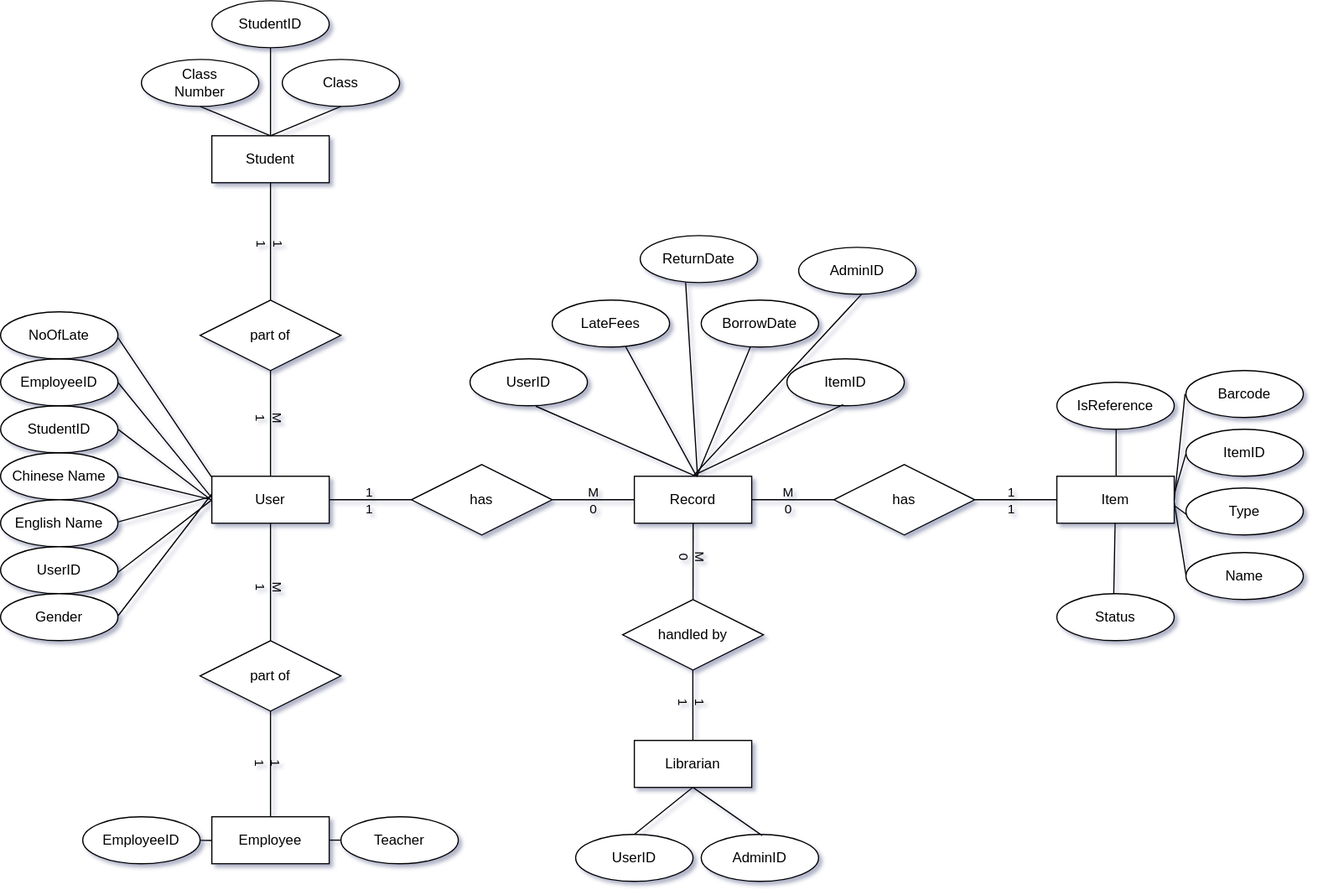
Before: SBAdiagram.drawio.svg, a diagram exported from draw.io (bekfstman/LibrarySystem). Source tidied: cells renumbered, new cells last; positions are measured from the earlier drawing's top-left corner, leaving out a move shared by most shapes.
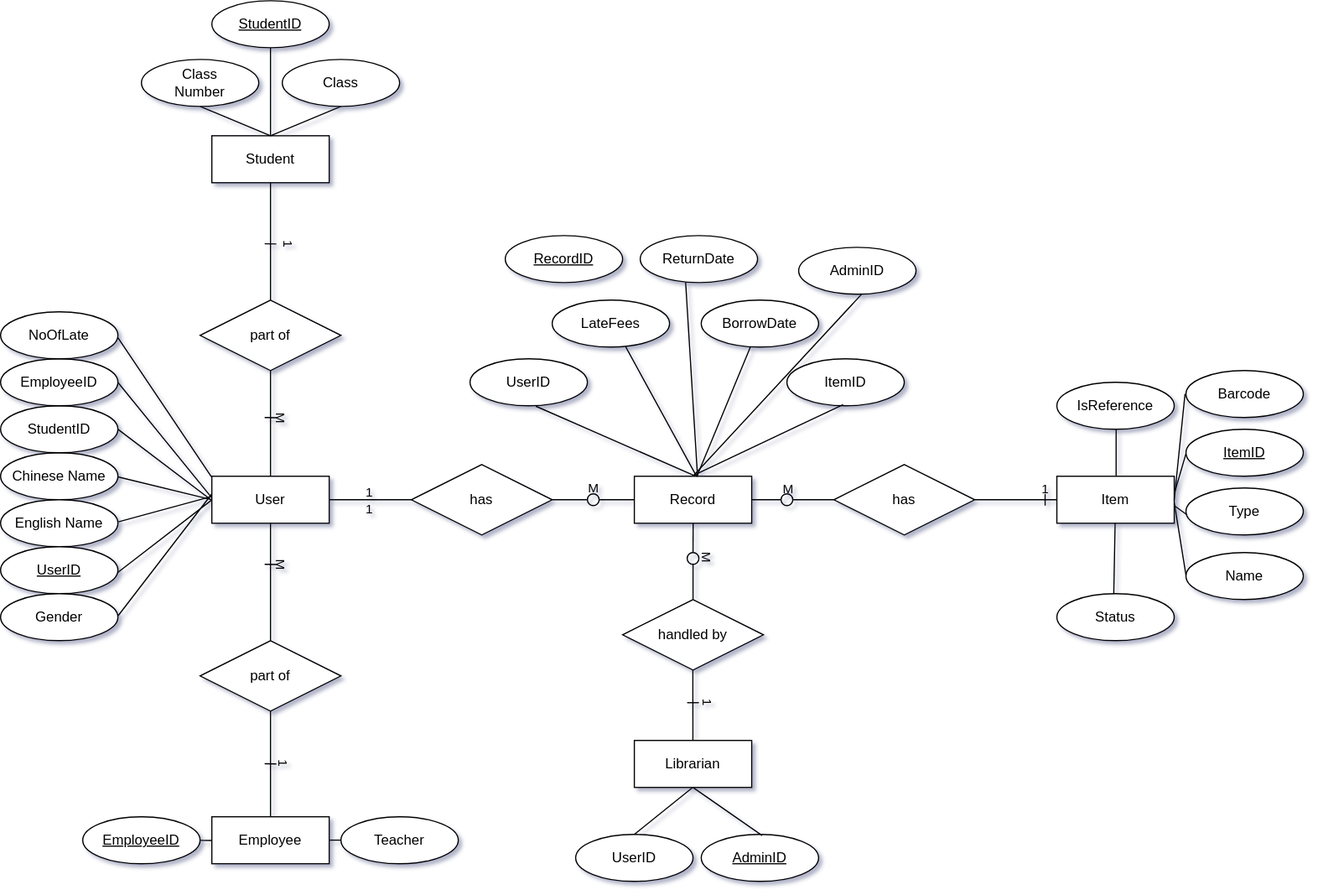
The same diagram one commit later.

The edit, as a diff of the source:
```diff
@@ -2,8 +2,8 @@
   <root>
     <mxCell id="0" />
     <mxCell id="1" parent="0" />
-    <mxCell id="2" value="1&lt;div&gt;1&lt;/div&gt;" style="edgeLabel;html=1;align=center;verticalAlign=middle;rotation=90;labelBackgroundColor=none;" parent="1" vertex="1">
-      <mxGeometry x="240" y="510" as="geometry">
+    <mxCell id="2" value="1" style="edgeLabel;html=1;align=center;verticalAlign=middle;rotation=90;labelBackgroundColor=none;" parent="1" vertex="1">
+      <mxGeometry x="253" y="510" as="geometry">
         <mxPoint x="139" y="11" as="offset" />
       </mxGeometry>
     </mxCell>
@@ -34,9 +34,9 @@
     <mxCell id="11" style="endArrow=none;html=1;rounded=0;exitX=0.5;exitY=1;exitDx=0;exitDy=0;entryX=0.5;entryY=0;entryDx=0;entryDy=0;" parent="1" edge="1" source="10" target="4">
       <mxGeometry relative="1" as="geometry" />
     </mxCell>
-    <mxCell id="12" value="M&lt;div&gt;1&lt;/div&gt;" style="edgeLabel;html=1;align=center;verticalAlign=middle;rotation=90;labelBackgroundColor=none;" parent="11" vertex="1">
+    <mxCell id="12" value="M" style="edgeLabel;html=1;align=center;verticalAlign=middle;rotation=90;labelBackgroundColor=none;" parent="11" vertex="1">
       <mxGeometry x="-0.12" y="1" relative="1" as="geometry">
-        <mxPoint x="-1" as="offset" />
+        <mxPoint x="9" as="offset" />
       </mxGeometry>
     </mxCell>
     <mxCell id="13" style="endArrow=none;html=1;rounded=0;exitX=0.5;exitY=1;exitDx=0;exitDy=0;" parent="1" edge="1" target="15">
@@ -44,11 +44,6 @@
         <mxPoint x="230" y="445" as="sourcePoint" />
       </mxGeometry>
     </mxCell>
-    <mxCell id="14" value="M&lt;div&gt;1&lt;/div&gt;" style="edgeLabel;html=1;align=center;verticalAlign=middle;rotation=90;labelBackgroundColor=none;" parent="13" vertex="1">
-      <mxGeometry x="0.08" y="-2" relative="1" as="geometry">
-        <mxPoint x="2" as="offset" />
-      </mxGeometry>
-    </mxCell>
     <mxCell id="15" value="part of" style="shape=rhombus;perimeter=rhombusPerimeter;whiteSpace=wrap;html=1;align=center;rotation=0;" parent="1" vertex="1">
       <mxGeometry x="170" y="545" width="120" height="60" as="geometry" />
     </mxCell>
@@ -60,9 +55,9 @@
     <mxCell id="17" style="endArrow=none;html=1;rounded=0;exitX=0.5;exitY=1;exitDx=0;exitDy=0;" parent="1" edge="1" source="3" target="10">
       <mxGeometry relative="1" as="geometry" />
     </mxCell>
-    <mxCell id="18" value="1&lt;div&gt;1&lt;/div&gt;" style="edgeLabel;html=1;align=center;verticalAlign=middle;rotation=90;labelBackgroundColor=none;" parent="17" vertex="1">
+    <mxCell id="18" value="1" style="edgeLabel;html=1;align=center;verticalAlign=middle;rotation=90;labelBackgroundColor=none;" parent="17" vertex="1">
       <mxGeometry x="0.03" y="2" relative="1" as="geometry">
-        <mxPoint x="-2" as="offset" />
+        <mxPoint x="14" as="offset" />
       </mxGeometry>
     </mxCell>
     <mxCell id="19" style="endArrow=none;html=1;rounded=0;exitX=1;exitY=0.5;exitDx=0;exitDy=0;entryX=0;entryY=0.5;entryDx=0;entryDy=0;" parent="1" edge="1" source="4" target="8">
@@ -73,25 +68,22 @@
         <mxPoint y="1" as="offset" />
       </mxGeometry>
     </mxCell>
-    <mxCell id="21" style="endArrow=none;html=1;rounded=0;entryX=0;entryY=0.5;entryDx=0;entryDy=0;exitX=1;exitY=0.5;exitDx=0;exitDy=0;" parent="1" edge="1" source="8" target="6">
+    <mxCell id="21" style="endArrow=none;html=1;rounded=0;entryX=0;entryY=0.5;entryDx=0;entryDy=0;exitX=1;exitY=0.5;exitDx=0;exitDy=0;" parent="1" edge="1" source="99" target="6">
       <mxGeometry relative="1" as="geometry" />
     </mxCell>
-    <mxCell id="22" value="M&lt;div&gt;0&lt;/div&gt;" style="edgeLabel;html=1;align=center;verticalAlign=middle;labelBackgroundColor=none;" parent="21" vertex="1">
-      <mxGeometry x="-0.03" y="1" relative="1" as="geometry">
-        <mxPoint y="1" as="offset" />
-      </mxGeometry>
-    </mxCell>
-    <mxCell id="23" style="endArrow=none;html=1;rounded=0;entryX=0;entryY=0.5;entryDx=0;entryDy=0;exitX=1;exitY=0.5;exitDx=0;exitDy=0;" parent="1" edge="1" source="6" target="9">
+    <mxCell id="23" style="endArrow=none;html=1;rounded=0;entryX=0;entryY=0.5;entryDx=0;entryDy=0;exitX=1;exitY=0.5;exitDx=0;exitDy=0;" parent="1" edge="1" source="95" target="9">
       <mxGeometry relative="1" as="geometry" />
     </mxCell>
     <mxCell id="24" style="endArrow=none;html=1;rounded=0;entryX=0;entryY=0.5;entryDx=0;entryDy=0;exitX=1;exitY=0.5;exitDx=0;exitDy=0;" parent="1" edge="1" source="9" target="7">
       <mxGeometry relative="1" as="geometry" />
     </mxCell>
-    <mxCell id="25" value="M&lt;div&gt;0&lt;/div&gt;" style="edgeLabel;html=1;align=center;verticalAlign=middle;labelBackgroundColor=none;" parent="1" vertex="1">
-      <mxGeometry x="670" y="425" as="geometry" />
+    <mxCell id="25" value="M" style="edgeLabel;html=1;align=center;verticalAlign=middle;labelBackgroundColor=none;" parent="1" vertex="1">
+      <mxGeometry x="670" y="415" as="geometry" />
     </mxCell>
-    <mxCell id="26" value="1&lt;div&gt;1&lt;/div&gt;" style="edgeLabel;html=1;align=center;verticalAlign=middle;labelBackgroundColor=none;" parent="1" vertex="1">
-      <mxGeometry x="860" y="425" as="geometry" />
+    <mxCell id="26" value="1" style="edgeLabel;html=1;align=center;verticalAlign=middle;labelBackgroundColor=none;" parent="1" vertex="1">
+      <mxGeometry x="887" y="415" as="geometry">
+        <mxPoint x="2" as="offset" />
+      </mxGeometry>
     </mxCell>
     <mxCell id="27" value="Class" style="ellipse;whiteSpace=wrap;html=1;align=center;" parent="1" vertex="1">
       <mxGeometry x="240" y="50" width="100" height="40" as="geometry" />
@@ -111,22 +103,17 @@
     <mxCell id="32" value="handled by" style="shape=rhombus;perimeter=rhombusPerimeter;whiteSpace=wrap;html=1;align=center;" parent="1" vertex="1">
       <mxGeometry x="530" y="510" width="120" height="60" as="geometry" />
     </mxCell>
-    <mxCell id="33" style="endArrow=none;html=1;rounded=0;exitX=0.501;exitY=1.004;exitDx=0;exitDy=0;exitPerimeter=0;" parent="1" edge="1" source="6" target="32">
+    <mxCell id="33" style="endArrow=none;html=1;rounded=0;exitX=0.501;exitY=1.004;exitDx=0;exitDy=0;exitPerimeter=0;" parent="1" edge="1" source="88" target="32">
       <mxGeometry relative="1" as="geometry" />
     </mxCell>
-    <mxCell id="34" value="M&lt;div&gt;0&lt;/div&gt;" style="edgeLabel;html=1;align=center;verticalAlign=middle;rotation=90;labelBackgroundColor=none;" parent="33" vertex="1">
-      <mxGeometry x="-0.12" y="1" relative="1" as="geometry">
-        <mxPoint x="-1" as="offset" />
-      </mxGeometry>
-    </mxCell>
     <mxCell id="35" style="endArrow=none;html=1;rounded=0;exitX=0.501;exitY=1.004;exitDx=0;exitDy=0;exitPerimeter=0;entryX=0.499;entryY=0.002;entryDx=0;entryDy=0;entryPerimeter=0;" parent="1" edge="1" target="31">
       <mxGeometry relative="1" as="geometry">
         <mxPoint x="589.8" y="570" as="sourcePoint" />
       </mxGeometry>
     </mxCell>
-    <mxCell id="36" value="1&lt;div&gt;1&lt;/div&gt;" style="edgeLabel;html=1;align=center;verticalAlign=middle;rotation=90;labelBackgroundColor=none;" parent="35" vertex="1">
+    <mxCell id="36" value="1" style="edgeLabel;html=1;align=center;verticalAlign=middle;rotation=90;labelBackgroundColor=none;" parent="35" vertex="1">
       <mxGeometry x="-0.12" y="1" relative="1" as="geometry">
-        <mxPoint x="-1" as="offset" />
+        <mxPoint x="13" as="offset" />
       </mxGeometry>
     </mxCell>
     <mxCell id="37" value="Chinese Name" style="ellipse;whiteSpace=wrap;html=1;align=center;" parent="1" vertex="1">
@@ -135,7 +122,7 @@
     <mxCell id="38" value="English Name" style="ellipse;whiteSpace=wrap;html=1;align=center;" parent="1" vertex="1">
       <mxGeometry y="425" width="100" height="40" as="geometry" />
     </mxCell>
-    <mxCell id="39" value="UserID" style="ellipse;whiteSpace=wrap;html=1;align=center;" parent="1" vertex="1">
+    <mxCell id="39" value="&lt;u&gt;UserID&lt;/u&gt;" style="ellipse;whiteSpace=wrap;html=1;align=center;" parent="1" vertex="1">
       <mxGeometry y="465" width="100" height="40" as="geometry" />
     </mxCell>
     <mxCell id="40" value="Gender" style="ellipse;whiteSpace=wrap;html=1;align=center;" parent="1" vertex="1">
@@ -147,7 +134,7 @@
     <mxCell id="42" value="EmployeeID" style="ellipse;whiteSpace=wrap;html=1;align=center;" parent="1" vertex="1">
       <mxGeometry y="305" width="100" height="40" as="geometry" />
     </mxCell>
-    <mxCell id="43" value="StudentID" style="ellipse;whiteSpace=wrap;html=1;align=center;" parent="1" vertex="1">
+    <mxCell id="43" value="&lt;u&gt;StudentID&lt;/u&gt;" style="ellipse;whiteSpace=wrap;html=1;align=center;" parent="1" vertex="1">
       <mxGeometry x="180" width="100" height="40" as="geometry" />
     </mxCell>
     <mxCell id="44" style="endArrow=none;html=1;rounded=0;exitX=0.5;exitY=1.001;exitDx=0;exitDy=0;exitPerimeter=0;" parent="1" edge="1" source="43">
@@ -163,7 +150,7 @@
         <mxPoint x="589.7" y="670" as="sourcePoint" />
       </mxGeometry>
     </mxCell>
-    <mxCell id="47" value="AdminID" style="ellipse;whiteSpace=wrap;html=1;align=center;" parent="1" vertex="1">
+    <mxCell id="47" value="&lt;u&gt;AdminID&lt;/u&gt;" style="ellipse;whiteSpace=wrap;html=1;align=center;" parent="1" vertex="1">
       <mxGeometry x="597" y="710" width="100" height="40" as="geometry" />
     </mxCell>
     <mxCell id="48" style="endArrow=none;html=1;rounded=0;exitX=0.498;exitY=0.999;exitDx=0;exitDy=0;exitPerimeter=0;entryX=0.519;entryY=0.025;entryDx=0;entryDy=0;entryPerimeter=0;" parent="1" edge="1" source="31" target="47">
@@ -172,7 +159,7 @@
     <mxCell id="49" value="Teacher" style="ellipse;whiteSpace=wrap;html=1;align=center;" parent="1" vertex="1">
       <mxGeometry x="290" y="695" width="100" height="40" as="geometry" />
     </mxCell>
-    <mxCell id="50" value="EmployeeID" style="ellipse;whiteSpace=wrap;html=1;align=center;" parent="1" vertex="1">
+    <mxCell id="50" value="&lt;u&gt;EmployeeID&lt;/u&gt;" style="ellipse;whiteSpace=wrap;html=1;align=center;" parent="1" vertex="1">
       <mxGeometry x="70" y="695" width="100" height="40" as="geometry" />
     </mxCell>
     <mxCell id="51" value="Type" style="ellipse;whiteSpace=wrap;html=1;align=center;" parent="1" vertex="1">
@@ -181,7 +168,7 @@
     <mxCell id="52" value="Name" style="ellipse;whiteSpace=wrap;html=1;align=center;" parent="1" vertex="1">
       <mxGeometry x="1010" y="470" width="100" height="40" as="geometry" />
     </mxCell>
-    <mxCell id="53" value="ItemID" style="ellipse;whiteSpace=wrap;html=1;align=center;" parent="1" vertex="1">
+    <mxCell id="53" value="&lt;u&gt;ItemID&lt;/u&gt;" style="ellipse;whiteSpace=wrap;html=1;align=center;" parent="1" vertex="1">
       <mxGeometry x="1010" y="365" width="100" height="40" as="geometry" />
     </mxCell>
     <mxCell id="54" value="Barcode" style="ellipse;whiteSpace=wrap;html=1;align=center;" parent="1" vertex="1">
@@ -294,5 +281,75 @@
         <mxPoint x="100" y="287" as="sourcePoint" />
       </mxGeometry>
     </mxCell>
+    <mxCell id="85" style="endArrow=none;html=1;rounded=0;" parent="1" edge="1">
+      <mxGeometry relative="1" as="geometry">
+        <mxPoint x="890" y="430" as="sourcePoint" />
+        <mxPoint x="890" y="420" as="targetPoint" />
+      </mxGeometry>
+    </mxCell>
+    <mxCell id="86" style="endArrow=none;html=1;rounded=0;exitX=0.501;exitY=1.004;exitDx=0;exitDy=0;exitPerimeter=0;" parent="1" edge="1" source="6" target="88">
+      <mxGeometry relative="1" as="geometry" />
+    </mxCell>
+    <mxCell id="87" value="M" style="edgeLabel;html=1;align=center;verticalAlign=middle;rotation=90;labelBackgroundColor=none;" parent="86" vertex="1">
+      <mxGeometry x="-0.12" y="1" relative="1" as="geometry">
+        <mxPoint x="11" y="18" as="offset" />
+      </mxGeometry>
+    </mxCell>
+    <mxCell id="88" style="ellipse;whiteSpace=wrap;html=1;fillColor=none;" parent="1" vertex="1">
+      <mxGeometry x="585" y="470" width="10" height="10" as="geometry" />
+    </mxCell>
+    <mxCell id="89" style="endArrow=none;html=1;rounded=0;" parent="1" edge="1">
+      <mxGeometry relative="1" as="geometry">
+        <mxPoint x="225" y="355" as="sourcePoint" />
+        <mxPoint x="235" y="355.2" as="targetPoint" />
+      </mxGeometry>
+    </mxCell>
+    <mxCell id="90" value="M" style="edgeLabel;html=1;align=center;verticalAlign=middle;rotation=90;labelBackgroundColor=none;" parent="1" vertex="1">
+      <mxGeometry x="240" y="480" as="geometry" />
+    </mxCell>
+    <mxCell id="91" style="endArrow=none;html=1;rounded=0;" parent="1" edge="1">
+      <mxGeometry relative="1" as="geometry">
+        <mxPoint x="225" y="480" as="sourcePoint" />
+        <mxPoint x="235" y="480.2" as="targetPoint" />
+      </mxGeometry>
+    </mxCell>
+    <mxCell id="92" style="endArrow=none;html=1;rounded=0;" parent="1" edge="1">
+      <mxGeometry relative="1" as="geometry">
+        <mxPoint x="225" y="649.8" as="sourcePoint" />
+        <mxPoint x="235" y="650" as="targetPoint" />
+      </mxGeometry>
+    </mxCell>
+    <mxCell id="93" style="endArrow=none;html=1;rounded=0;" parent="1" edge="1">
+      <mxGeometry relative="1" as="geometry">
+        <mxPoint x="225" y="207" as="sourcePoint" />
+        <mxPoint x="235" y="207.2" as="targetPoint" />
+      </mxGeometry>
+    </mxCell>
+    <mxCell id="94" style="endArrow=none;html=1;rounded=0;entryX=0;entryY=0.5;entryDx=0;entryDy=0;exitX=1;exitY=0.5;exitDx=0;exitDy=0;" parent="1" edge="1" source="6" target="95">
+      <mxGeometry relative="1" as="geometry" />
+    </mxCell>
+    <mxCell id="95" style="ellipse;whiteSpace=wrap;html=1;fillColor=none;" parent="1" vertex="1">
+      <mxGeometry x="665" y="420" width="10" height="10" as="geometry" />
+    </mxCell>
+    <mxCell id="96" style="endArrow=none;html=1;rounded=0;" parent="1" edge="1">
+      <mxGeometry relative="1" as="geometry">
+        <mxPoint x="585" y="597.8" as="sourcePoint" />
+        <mxPoint x="595" y="597.8" as="targetPoint" />
+      </mxGeometry>
+    </mxCell>
+    <mxCell id="97" style="endArrow=none;html=1;rounded=0;entryX=0;entryY=0.5;entryDx=0;entryDy=0;exitX=1;exitY=0.5;exitDx=0;exitDy=0;" parent="1" edge="1" source="8" target="99">
+      <mxGeometry relative="1" as="geometry" />
+    </mxCell>
+    <mxCell id="98" value="M" style="edgeLabel;html=1;align=center;verticalAlign=middle;labelBackgroundColor=none;" parent="97" vertex="1">
+      <mxGeometry x="-0.03" y="1" relative="1" as="geometry">
+        <mxPoint x="20" y="-10" as="offset" />
+      </mxGeometry>
+    </mxCell>
+    <mxCell id="99" style="ellipse;whiteSpace=wrap;html=1;fillColor=none;" parent="1" vertex="1">
+      <mxGeometry x="500" y="420" width="10" height="10" as="geometry" />
+    </mxCell>
+    <mxCell id="100" value="&lt;u&gt;RecordID&lt;/u&gt;" style="ellipse;whiteSpace=wrap;html=1;align=center;" parent="1" vertex="1">
+      <mxGeometry x="430" y="200" width="100" height="40" as="geometry" />
+    </mxCell>
   </root>
 </mxGraphModel>
```
